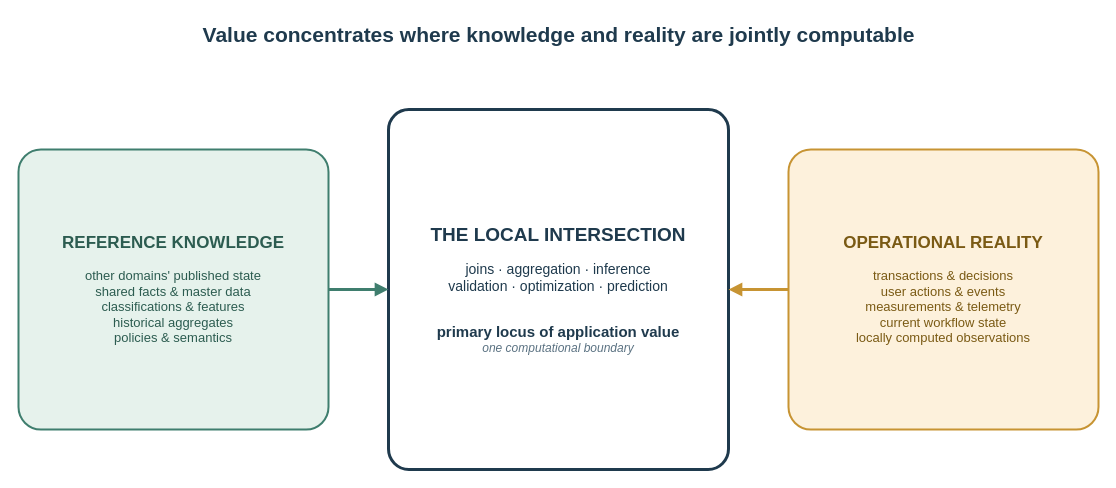
Above: content/posts/freshness-isnt-the-only-axis/local-intersection.drawio in AlexeyEvlampiev/alexeyevlampiev.github.io (draw.io), before the change. Source tidied: cells renumbered, new cells numbered last; positions are measured from the earlier drawing's top-left corner, leaving out a move shared by most shapes. Both pictures are drawn from the tidied source at 100%, with x=0, y=0 at pixel (18, 17).
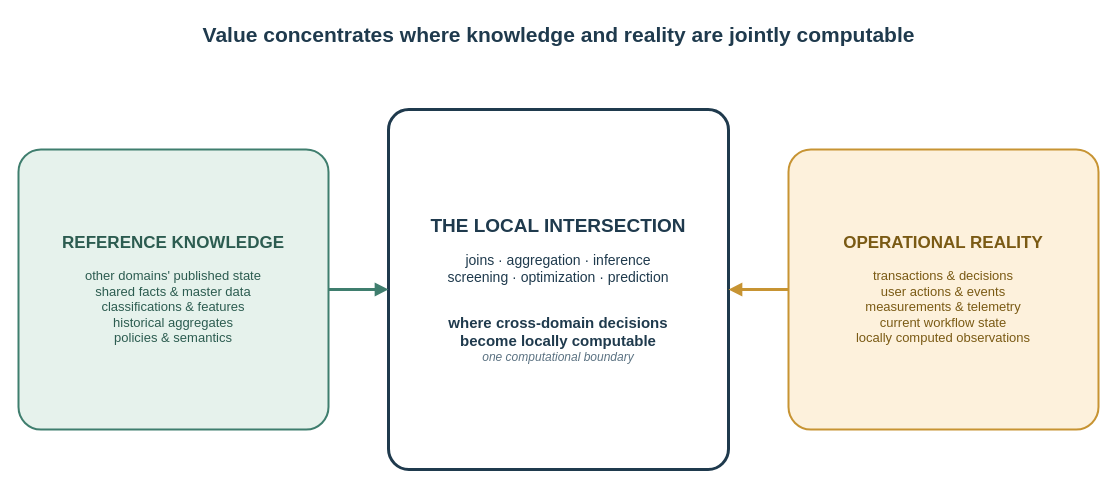
Above is the later version.

Diff of the diagram source:
```diff
@@
 <mxGraphModel>
   <root>
     <mxCell id="0" />
     <mxCell id="1" parent="0" />
     <mxCell id="2" value="Value concentrates where knowledge and reality are jointly computable" style="text;html=1;fontSize=21;fontStyle=1;fontColor=#1f3a4d;align=center;verticalAlign=middle;" parent="1" vertex="1">
       <mxGeometry width="1080" height="34" as="geometry" />
     </mxCell>
     <mxCell id="3" value="&lt;font style=&quot;font-size:17px&quot;&gt;&lt;b&gt;REFERENCE KNOWLEDGE&lt;/b&gt;&lt;/font&gt;&lt;br&gt;&lt;br&gt;&lt;font style=&quot;font-size:13px&quot;&gt;other domains&amp;#39; published state&lt;br&gt;shared facts &amp;amp; master data&lt;br&gt;classifications &amp;amp; features&lt;br&gt;historical aggregates&lt;br&gt;policies &amp;amp; semantics&lt;/font&gt;" style="rounded=1;whiteSpace=wrap;html=1;fillColor=#e6f2ec;strokeColor=#3f7e6e;strokeWidth=2;fontColor=#2c5c50;arcSize=8;verticalAlign=middle;" parent="1" vertex="1">
       <mxGeometry y="132" width="310" height="280" as="geometry" />
     </mxCell>
     <mxCell id="4" value="&lt;font style=&quot;font-size:17px&quot;&gt;&lt;b&gt;OPERATIONAL REALITY&lt;/b&gt;&lt;/font&gt;&lt;br&gt;&lt;br&gt;&lt;font style=&quot;font-size:13px&quot;&gt;transactions &amp;amp; decisions&lt;br&gt;user actions &amp;amp; events&lt;br&gt;measurements &amp;amp; telemetry&lt;br&gt;current workflow state&lt;br&gt;locally computed observations&lt;/font&gt;" style="rounded=1;whiteSpace=wrap;html=1;fillColor=#fdf1dc;strokeColor=#c79433;strokeWidth=2;fontColor=#7a5a14;arcSize=8;verticalAlign=middle;" parent="1" vertex="1">
       <mxGeometry x="770" y="132" width="310" height="280" as="geometry" />
     </mxCell>
-    <mxCell id="5" value="&lt;font style=&quot;font-size:19px&quot;&gt;&lt;b&gt;THE LOCAL INTERSECTION&lt;/b&gt;&lt;/font&gt;&lt;br&gt;&lt;br&gt;&lt;font style=&quot;font-size:14px&quot;&gt;joins &amp;#183; aggregation &amp;#183; inference&lt;br&gt;validation &amp;#183; optimization &amp;#183; prediction&lt;/font&gt;&lt;br&gt;&lt;br&gt;&lt;br&gt;&lt;font style=&quot;font-size:15px&quot; color=&quot;#1f3a4d&quot;&gt;&lt;b&gt;primary locus of application value&lt;/b&gt;&lt;/font&gt;&lt;br&gt;&lt;font style=&quot;font-size:12px&quot; color=&quot;#5b7282&quot;&gt;&lt;i&gt;one computational boundary&lt;/i&gt;&lt;/font&gt;" style="rounded=1;whiteSpace=wrap;html=1;fillColor=#ffffff;strokeColor=#1f3a4d;strokeWidth=3;fontColor=#1f3a4d;arcSize=6;verticalAlign=middle;" parent="1" vertex="1">
+    <mxCell id="5" value="&lt;font style=&quot;font-size:19px&quot;&gt;&lt;b&gt;THE LOCAL INTERSECTION&lt;/b&gt;&lt;/font&gt;&lt;br&gt;&lt;br&gt;&lt;font style=&quot;font-size:14px&quot;&gt;joins &amp;#183; aggregation &amp;#183; inference&lt;br&gt;screening &amp;#183; optimization &amp;#183; prediction&lt;/font&gt;&lt;br&gt;&lt;br&gt;&lt;br&gt;&lt;font style=&quot;font-size:15px&quot; color=&quot;#1f3a4d&quot;&gt;&lt;b&gt;where cross-domain decisions&lt;br&gt;become locally computable&lt;/b&gt;&lt;/font&gt;&lt;br&gt;&lt;font style=&quot;font-size:12px&quot; color=&quot;#5b7282&quot;&gt;&lt;i&gt;one computational boundary&lt;/i&gt;&lt;/font&gt;" style="rounded=1;whiteSpace=wrap;html=1;fillColor=#ffffff;strokeColor=#1f3a4d;strokeWidth=3;fontColor=#1f3a4d;arcSize=6;verticalAlign=middle;" parent="1" vertex="1">
       <mxGeometry x="370" y="92" width="340" height="360" as="geometry" />
     </mxCell>
     <mxCell id="6" style="endArrow=block;html=1;strokeColor=#3f7e6e;strokeWidth=3;exitX=1;exitY=0.5;exitDx=0;exitDy=0;entryX=0;entryY=0.5;entryDx=0;entryDy=0;" parent="1" edge="1" source="3" target="5">
       <mxGeometry relative="1" as="geometry" />
     </mxCell>
     <mxCell id="7" style="endArrow=block;html=1;strokeColor=#c79433;strokeWidth=3;exitX=0;exitY=0.5;exitDx=0;exitDy=0;entryX=1;entryY=0.5;entryDx=0;entryDy=0;" parent="1" edge="1" source="4" target="5">
       <mxGeometry relative="1" as="geometry" />
     </mxCell>
   </root>
 </mxGraphModel>
```
